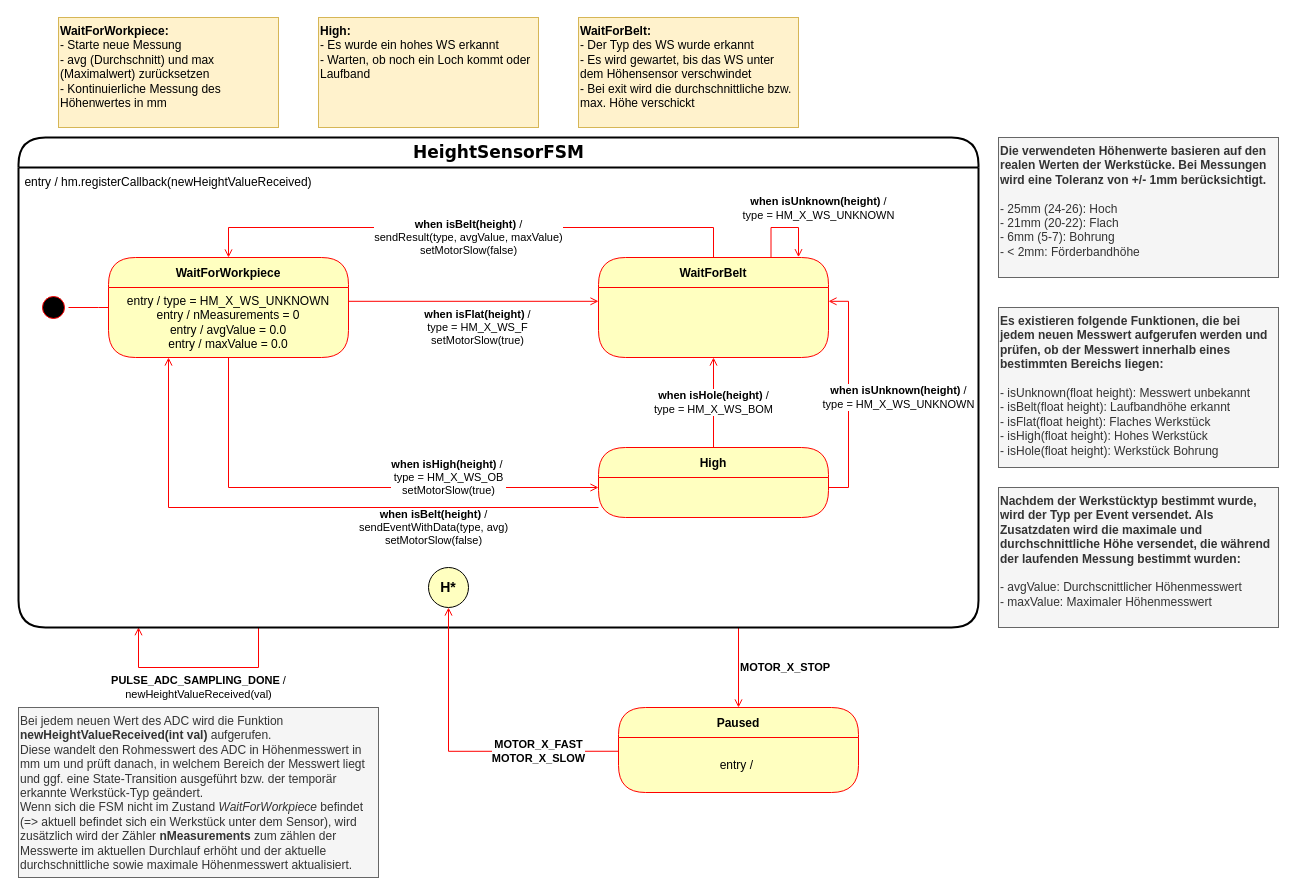
Above: page "height" (4 of 7) of docs/diagrams/fsm/state_machines.drawio in u2knwy/ESEP-2023SoSe-Team-2-1 (draw.io), before the change. Source tidied: cells renumbered, new cells numbered last; positions are measured from the earlier drawing's top-left corner, leaving out a move shared by most shapes. Both pictures are drawn from the tidied source at 100%, with x=0, y=0 at pixel (18, 17).
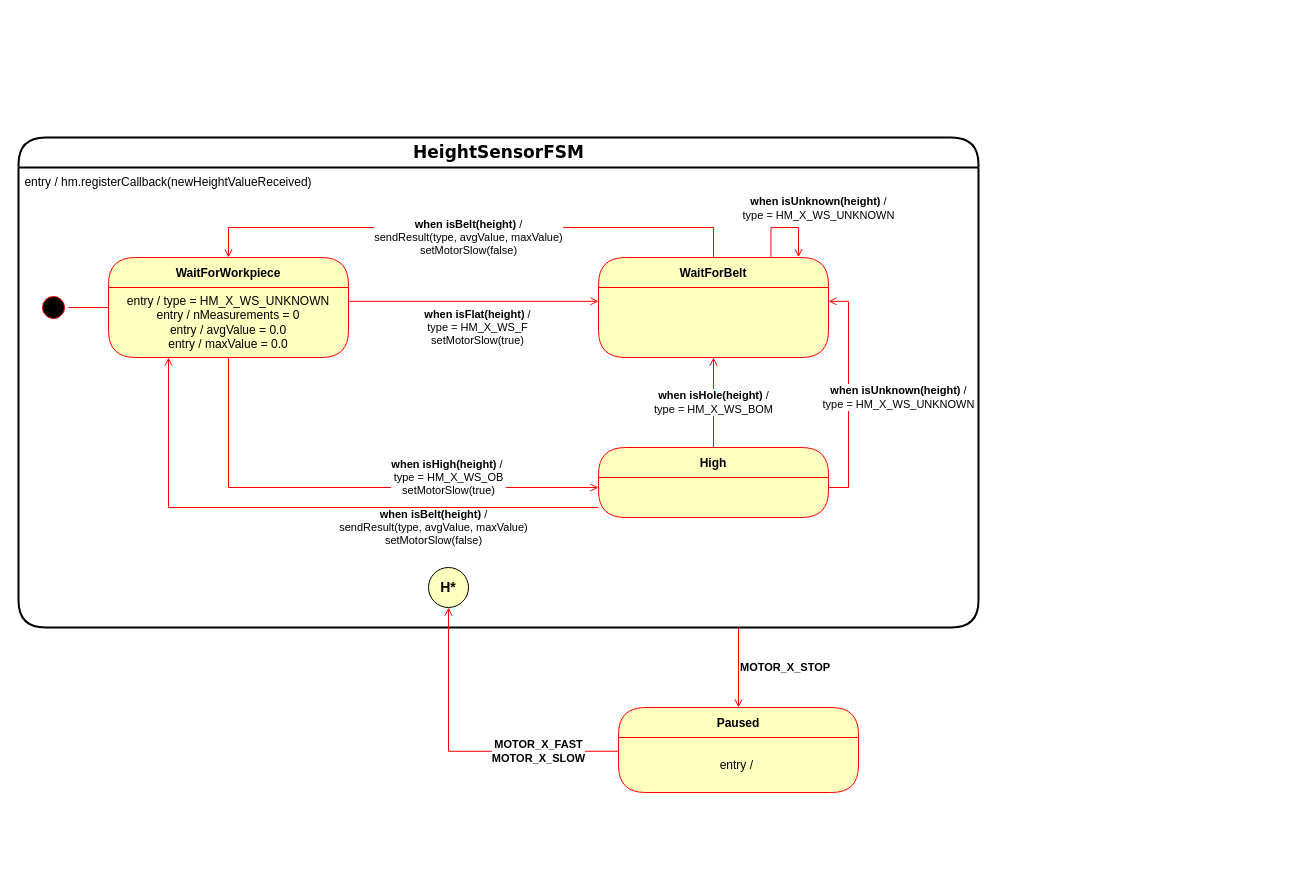
After the change.

Unchanged cells that the change refers to:
```xml
<mxCell id="4" value="&lt;font face=&quot;Verdana&quot; style=&quot;font-size: 17px&quot;&gt;HeightSensorFSM&lt;/font&gt;" style="swimlane;html=1;fontStyle=1;align=center;verticalAlign=middle;horizontal=1;startSize=30;fontColor=#000000;rounded=1;arcSize=30;strokeColor=#000000;swimlaneFillColor=#FFFFFF;fillColor=#FFFFFF;strokeWidth=2;" parent="1" vertex="1">
  <mxGeometry y="120" width="960" height="490" as="geometry" />
</mxCell>
<mxCell id="8" value="entry / type = HM_X_WS_UNKNOWN&lt;br&gt;entry / nMeasurements = 0&lt;br&gt;entry / avgValue = 0.0&lt;br&gt;entry / maxValue = 0.0" style="text;html=1;strokeColor=none;fillColor=none;align=center;verticalAlign=middle;spacingLeft=4;spacingRight=4;whiteSpace=wrap;overflow=hidden;fontColor=#000000;" parent="7" vertex="1">
  <mxGeometry y="30" width="240" height="70" as="geometry" />
</mxCell>
```

The edit, as a diff of the source:
```diff
@@
-    <mxCell id="3" value="&lt;b&gt;PULSE_ADC_SAMPLING_DONE &lt;/b&gt;/&lt;br&gt;newHeightValueReceived(val)" style="edgeStyle=orthogonalEdgeStyle;rounded=0;jettySize=auto;html=1;exitX=0.25;exitY=1;exitDx=0;exitDy=0;strokeColor=#FF0000;endArrow=open;endFill=0;" parent="1" edge="1" source="4">
-      <mxGeometry y="20" relative="1" as="geometry">
-        <mxPoint x="120" y="609.7" as="targetPoint" />
-        <Array as="points">
-          <mxPoint x="240" y="650" />
-          <mxPoint x="120" y="650" />
-        </Array>
-      </mxGeometry>
-    </mxCell>
@@
-    <mxCell id="14" value="&lt;b style=&quot;border-color: var(--border-color);&quot;&gt;when isBelt(height)&amp;nbsp;&lt;/b&gt;/&lt;br style=&quot;border-color: var(--border-color);&quot;&gt;sendEventWithData(type, avg)&lt;br&gt;setMotorSlow(false)" style="edgeStyle=orthogonalEdgeStyle;rounded=0;jettySize=auto;html=1;exitX=0;exitY=0.75;exitDx=0;exitDy=0;entryX=0.25;entryY=1;entryDx=0;entryDy=0;strokeColor=#FF0000;endArrow=open;endFill=0;" parent="1" edge="1" target="8">
+    <mxCell id="14" value="&lt;b style=&quot;border-color: var(--border-color);&quot;&gt;when isBelt(height)&amp;nbsp;&lt;/b&gt;/&lt;br style=&quot;border-color: var(--border-color);&quot;&gt;sendResult(type, avgValue, maxValue)&lt;br&gt;setMotorSlow(false)" style="edgeStyle=orthogonalEdgeStyle;rounded=0;jettySize=auto;html=1;exitX=0;exitY=0.75;exitDx=0;exitDy=0;entryX=0.25;entryY=1;entryDx=0;entryDy=0;strokeColor=#FF0000;endArrow=open;endFill=0;" parent="1" edge="1" target="8">
       <mxGeometry x="-0.43" y="20" relative="1" as="geometry">
         <mxPoint x="580" y="490" as="sourcePoint" />
         <Array as="points">
           <mxPoint x="150" y="490" />
         </Array>
       </mxGeometry>
     </mxCell>
@@
-    <mxCell id="17" value="&lt;b&gt;WaitForWorkpiece:&lt;/b&gt;&lt;br&gt;- Starte neue Messung&lt;br&gt;- avg (Durchschnitt) und max (Maximalwert) zurücksetzen&lt;br&gt;- Kontinuierliche Messung des Höhenwertes in mm" style="text;html=1;strokeColor=#d6b656;fillColor=#fff2cc;align=left;verticalAlign=top;whiteSpace=wrap;rounded=0;" parent="1" vertex="1">
-      <mxGeometry x="40" width="220" height="110" as="geometry" />
-    </mxCell>
-    <mxCell id="18" value="&lt;b&gt;High:&lt;br&gt;&lt;/b&gt;- Es wurde ein hohes WS erkannt&lt;br&gt;- Warten, ob noch ein Loch kommt oder Laufband" style="text;html=1;strokeColor=#d6b656;fillColor=#fff2cc;align=left;verticalAlign=top;whiteSpace=wrap;rounded=0;" parent="1" vertex="1">
-      <mxGeometry x="300" width="220" height="110" as="geometry" />
-    </mxCell>
-    <mxCell id="19" value="&lt;b&gt;WaitForBelt:&lt;br&gt;&lt;/b&gt;- Der Typ des WS wurde erkannt&lt;br&gt;- Es wird gewartet, bis das WS unter dem Höhensensor verschwindet&lt;br&gt;- Bei exit wird die durchschnittliche bzw. max. Höhe verschickt" style="text;html=1;strokeColor=#d6b656;fillColor=#fff2cc;align=left;verticalAlign=top;whiteSpace=wrap;rounded=0;" parent="1" vertex="1">
-      <mxGeometry x="560" width="220" height="110" as="geometry" />
-    </mxCell>
@@
-    <mxCell id="21" value="&lt;b&gt;Die verwendeten Höhenwerte basieren auf den realen Werten der Werkstücke. Bei Messungen wird eine Toleranz von +/- 1mm berücksichtigt.&lt;br&gt;&lt;/b&gt;&lt;br&gt;- 25mm (24-26): Hoch&lt;br&gt;- 21mm (20-22): Flach&lt;br&gt;- 6mm (5-7): Bohrung&lt;br&gt;- &amp;lt; 2mm: Förderbandhöhe" style="text;html=1;strokeColor=#666666;fillColor=#f5f5f5;align=left;verticalAlign=top;whiteSpace=wrap;rounded=0;fontColor=#333333;" parent="1" vertex="1">
-      <mxGeometry x="980" y="120" width="280" height="140" as="geometry" />
-    </mxCell>
@@
-    <mxCell id="27" value="&lt;b&gt;Es existieren folgende Funktionen, die bei jedem neuen Messwert aufgerufen werden und prüfen, ob der Messwert innerhalb eines bestimmten Bereichs liegen:&lt;br&gt;&lt;/b&gt;&lt;br&gt;- isUnknown(float height): Messwert unbekannt&lt;br&gt;- isBelt(float height): Laufbandhöhe erkannt&lt;br&gt;- isFlat(float height): Flaches Werkstück&lt;br&gt;- isHigh(float height): Hohes Werkstück&lt;br&gt;- isHole(float height): Werkstück Bohrung" style="text;html=1;strokeColor=#666666;fillColor=#f5f5f5;align=left;verticalAlign=top;whiteSpace=wrap;rounded=0;fontColor=#333333;" parent="1" vertex="1">
-      <mxGeometry x="980" y="290" width="280" height="160" as="geometry" />
-    </mxCell>
-    <mxCell id="28" value="&lt;b&gt;Nachdem der Werkstücktyp bestimmt wurde, wird der Typ per Event versendet. Als Zusatzdaten wird die maximale und durchschnittliche Höhe versendet, die während der laufenden Messung bestimmt wurden:&lt;br&gt;&lt;/b&gt;&lt;br&gt;- avgValue: Durchscnittlicher Höhenmesswert&lt;br&gt;- maxValue: Maximaler Höhenmesswert" style="text;html=1;strokeColor=#666666;fillColor=#f5f5f5;align=left;verticalAlign=top;whiteSpace=wrap;rounded=0;fontColor=#333333;" parent="1" vertex="1">
-      <mxGeometry x="980" y="470" width="280" height="140" as="geometry" />
-    </mxCell>
-    <mxCell id="29" value="Bei jedem neuen Wert des ADC wird die Funktion &lt;b&gt;newHeightValueReceived(int val)&lt;/b&gt; aufgerufen. &lt;br&gt;Diese wandelt den Rohmesswert des ADC in Höhenmesswert in mm um und prüft danach, in welchem Bereich der Messwert liegt und ggf. eine State-Transition ausgeführt bzw. der temporär erkannte Werkstück-Typ geändert.&lt;br&gt;Wenn sich die FSM nicht im Zustand &lt;i&gt;WaitForWorkpiece&lt;/i&gt; befindet&amp;nbsp;&lt;br&gt;(=&amp;gt; aktuell befindet sich ein Werkstück unter dem Sensor), wird zusätzlich wird der Zähler &lt;b&gt;nMeasurements&lt;/b&gt; zum zählen der Messwerte im aktuellen Durchlauf erhöht und der aktuelle durchschnittliche sowie maximale Höhenmesswert aktualisiert." style="text;html=1;strokeColor=#666666;fillColor=#f5f5f5;align=left;verticalAlign=top;whiteSpace=wrap;rounded=0;fontColor=#333333;" parent="1" vertex="1">
-      <mxGeometry y="690" width="360" height="170" as="geometry" />
-    </mxCell>
```
